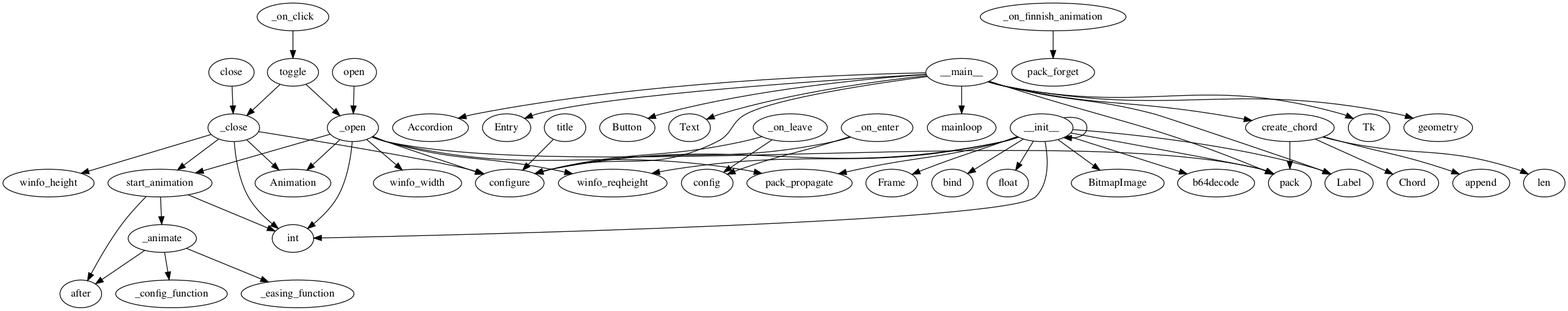
Before: CallGraph_images/MetroAccordion.png, a diagram exported from Graphviz (JordanCoyne97/Final_Year_Project). Its source is kept beside it as CallGraph_dots/MetroAccordion.dot. Its diagram source:
```dot
digraph  {
__init__;
float;
int;
start_animation;
after;
_animate;
_easing_function;
_config_function;
BitmapImage;
b64decode;
Frame;
pack;
pack_propagate;
Label;
configure;
winfo_reqheight;
bind;
title;
_on_enter;
config;
_on_leave;
_on_click;
toggle;
open;
_open;
winfo_width;
Animation;
_on_finnish_animation;
pack_forget;
close;
_close;
winfo_height;
create_chord;
Chord;
append;
len;
__main__;
Tk;
geometry;
Accordion;
Entry;
Button;
Text;
mainloop;
__init__ -> float;
__init__ -> int;
__init__ -> __init__;
__init__ -> BitmapImage;
__init__ -> b64decode;
__init__ -> Frame;
__init__ -> pack;
__init__ -> pack_propagate;
__init__ -> Label;
__init__ -> configure;
__init__ -> winfo_reqheight;
__init__ -> bind;
start_animation -> after;
start_animation -> int;
start_animation -> _animate;
_animate -> _easing_function;
_animate -> _config_function;
_animate -> after;
title -> configure;
_on_enter -> configure;
_on_enter -> config;
_on_leave -> configure;
_on_leave -> config;
_on_click -> toggle;
toggle -> _close;
toggle -> _open;
open -> _open;
_open -> pack;
_open -> pack_propagate;
_open -> configure;
_open -> winfo_reqheight;
_open -> winfo_width;
_open -> Animation;
_open -> int;
_open -> start_animation;
_on_finnish_animation -> pack_forget;
close -> _close;
_close -> configure;
_close -> winfo_height;
_close -> Animation;
_close -> int;
_close -> start_animation;
create_chord -> Chord;
create_chord -> append;
create_chord -> len;
create_chord -> pack;
__main__ -> Tk;
__main__ -> geometry;
__main__ -> configure;
__main__ -> Accordion;
__main__ -> pack;
__main__ -> create_chord;
__main__ -> Label;
__main__ -> Entry;
__main__ -> Button;
__main__ -> Text;
__main__ -> mainloop;
}
```
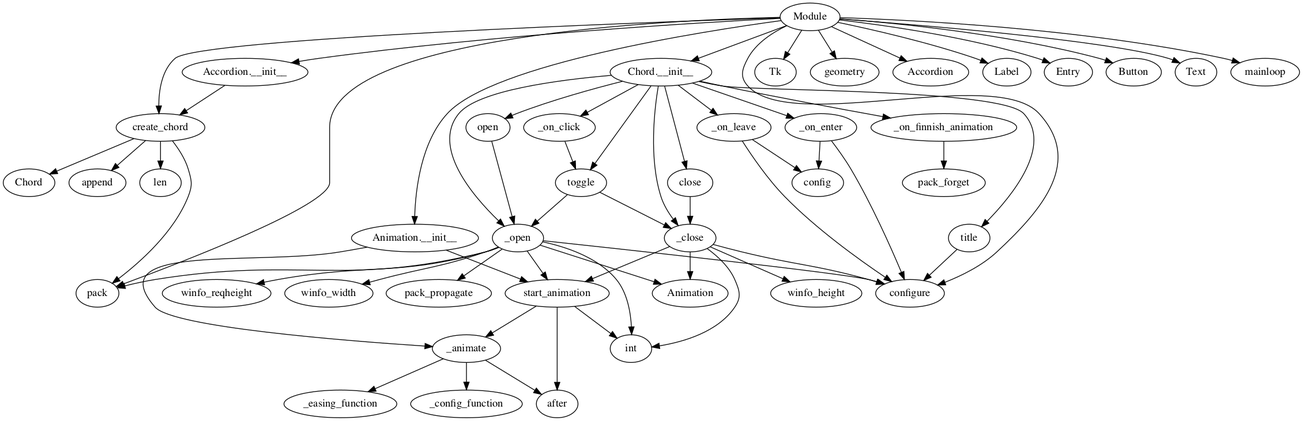
Later version of the same file.

The edit, as a diff of the source:
```diff
@@ -1,22 +1,12 @@
-digraph  {
-__init__;
-float;
-int;
+strict digraph  {
 start_animation;
 after;
+int;
 _animate;
 _easing_function;
 _config_function;
-BitmapImage;
-b64decode;
-Frame;
-pack;
-pack_propagate;
-Label;
+title;
 configure;
-winfo_reqheight;
-bind;
-title;
 _on_enter;
 config;
 _on_leave;
@@ -24,6 +14,9 @@
 toggle;
 open;
 _open;
+pack;
+pack_propagate;
+winfo_reqheight;
 winfo_width;
 Animation;
 _on_finnish_animation;
@@ -35,26 +28,18 @@
 Chord;
 append;
 len;
-__main__;
+Module;
+"Animation.__init__";
+"Chord.__init__";
+"Accordion.__init__";
 Tk;
 geometry;
 Accordion;
+Label;
 Entry;
 Button;
 Text;
 mainloop;
-__init__ -> float;
-__init__ -> int;
-__init__ -> __init__;
-__init__ -> BitmapImage;
-__init__ -> b64decode;
-__init__ -> Frame;
-__init__ -> pack;
-__init__ -> pack_propagate;
-__init__ -> Label;
-__init__ -> configure;
-__init__ -> winfo_reqheight;
-__init__ -> bind;
 start_animation -> after;
 start_animation -> int;
 start_animation -> _animate;
@@ -89,15 +74,31 @@
 create_chord -> append;
 create_chord -> len;
 create_chord -> pack;
-__main__ -> Tk;
-__main__ -> geometry;
-__main__ -> configure;
-__main__ -> Accordion;
-__main__ -> pack;
-__main__ -> create_chord;
-__main__ -> Label;
-__main__ -> Entry;
-__main__ -> Button;
-__main__ -> Text;
-__main__ -> mainloop;
+Module -> "Animation.__init__";
+Module -> "Chord.__init__";
+Module -> "Accordion.__init__";
+Module -> Tk;
+Module -> geometry;
+Module -> configure;
+Module -> Accordion;
+Module -> pack;
+Module -> create_chord;
+Module -> Label;
+Module -> Entry;
+Module -> Button;
+Module -> Text;
+Module -> mainloop;
+"Animation.__init__" -> start_animation;
+"Animation.__init__" -> _animate;
+"Chord.__init__" -> title;
+"Chord.__init__" -> _on_enter;
+"Chord.__init__" -> _on_leave;
+"Chord.__init__" -> _on_click;
+"Chord.__init__" -> open;
+"Chord.__init__" -> _open;
+"Chord.__init__" -> _on_finnish_animation;
+"Chord.__init__" -> close;
+"Chord.__init__" -> _close;
+"Chord.__init__" -> toggle;
+"Accordion.__init__" -> create_chord;
 }
```
